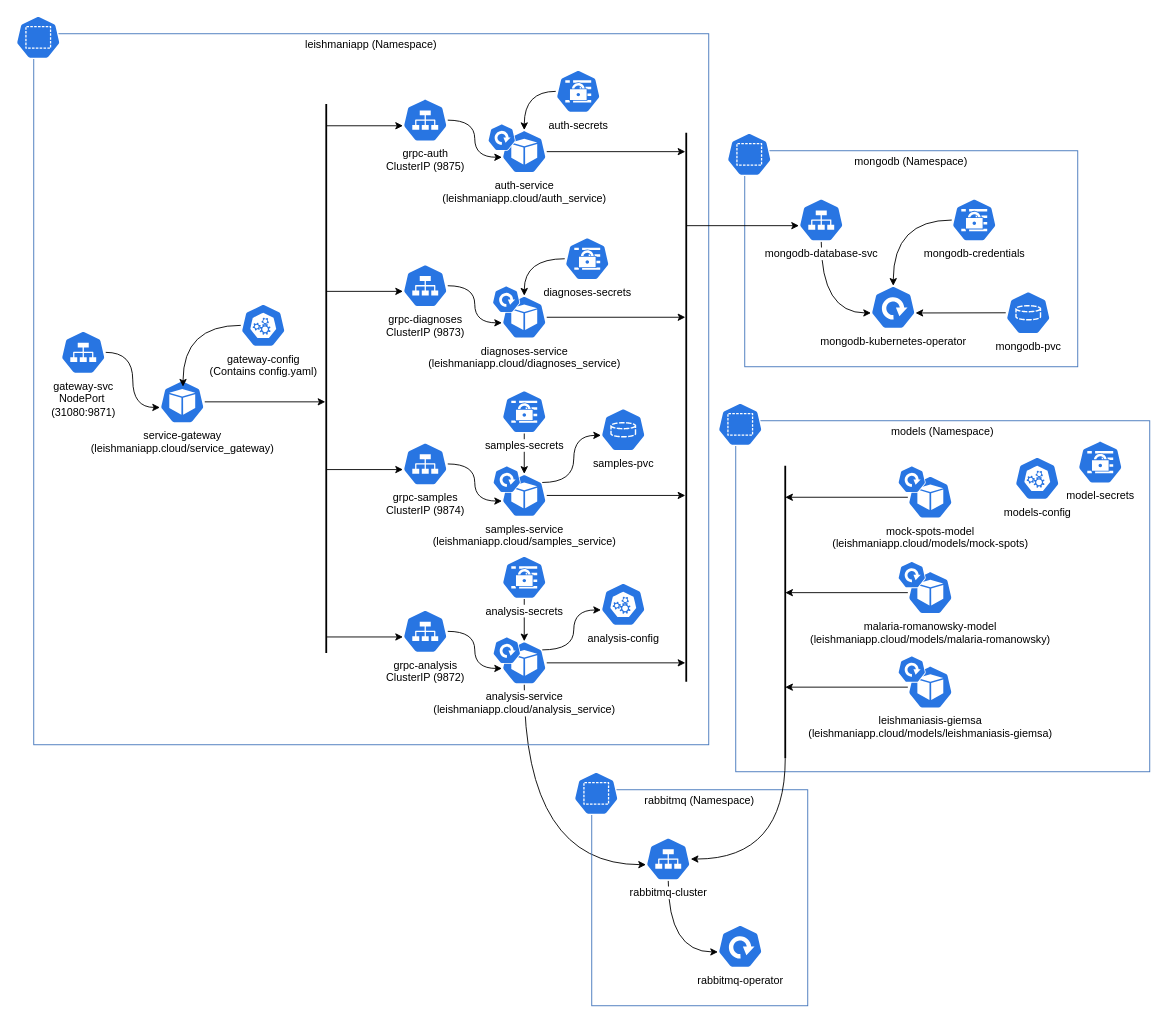
Above: assets/kubernetes.drawio in leishmaniapp/docs (draw.io), before the change. Source tidied: cells renumbered, new cells numbered last; positions are measured from the earlier drawing's top-left corner, leaving out a move shared by most shapes. Both pictures are drawn from the tidied source at 90%, with x=0, y=0 at pixel (15, 15).
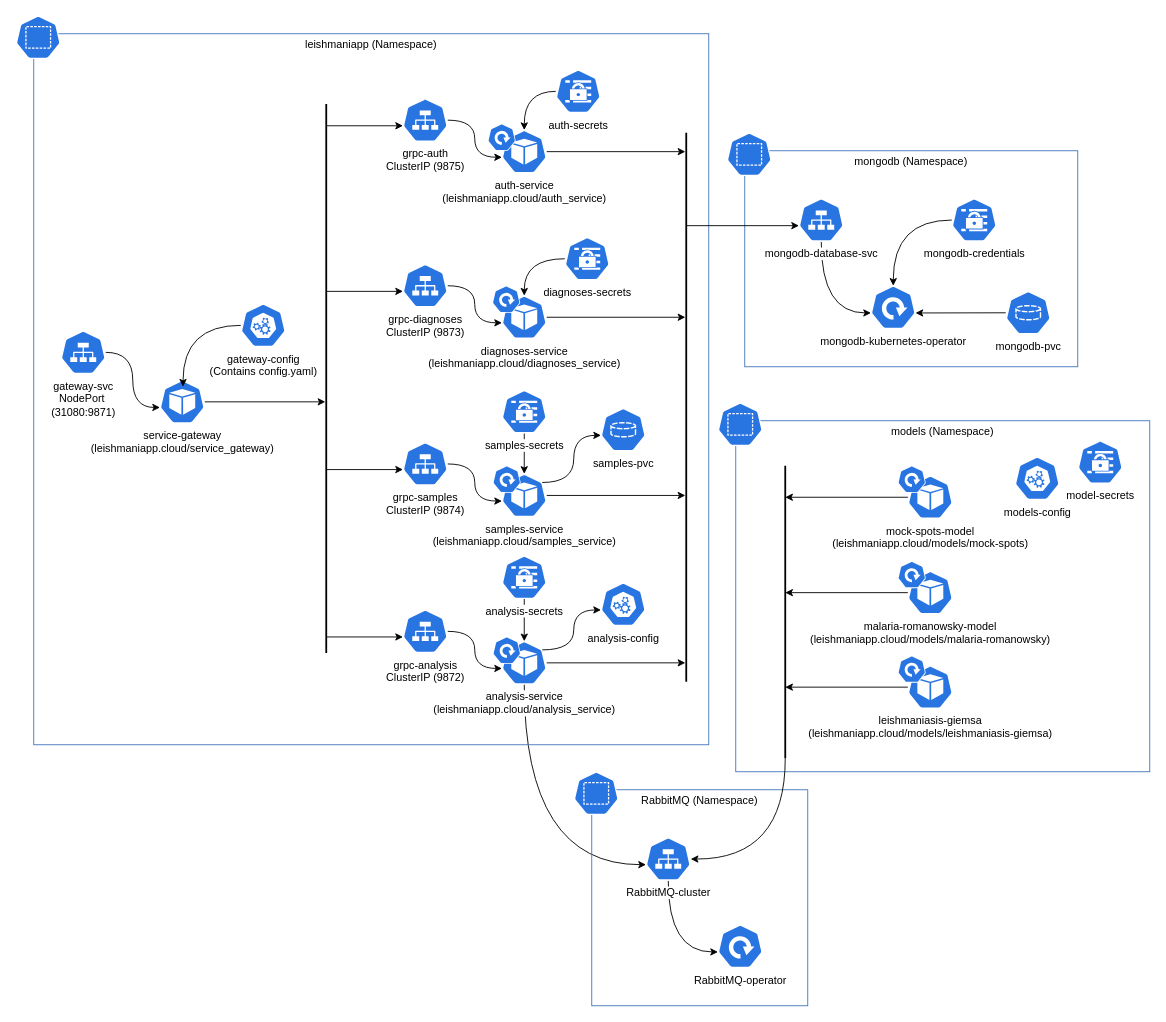
Above is the later version.

Diff of the diagram source:
```diff
@@
-    <mxCell id="64" value="rabbitmq (Namespace)" style="fontStyle=0;verticalAlign=top;align=center;spacingTop=-2;fillColor=none;rounded=0;whiteSpace=wrap;html=1;strokeColor=#4376BB;strokeWidth=1;dashed=0;labelBackgroundColor=default;" parent="1" vertex="1">
+    <mxCell id="64" value="RabbitMQ (Namespace)" style="fontStyle=0;verticalAlign=top;align=center;spacingTop=-2;fillColor=none;rounded=0;whiteSpace=wrap;html=1;strokeColor=#4376BB;strokeWidth=1;dashed=0;labelBackgroundColor=default;" parent="1" vertex="1">
       <mxGeometry x="640" y="860" width="240" height="240" as="geometry" />
     </mxCell>
@@
-    <mxCell id="67" value="rabbitmq-cluster" style="sketch=0;html=1;dashed=0;whitespace=wrap;verticalLabelPosition=bottom;verticalAlign=top;fillColor=#2875E2;strokeColor=#ffffff;points=[[0.005,0.63,0],[0.1,0.2,0],[0.9,0.2,0],[0.5,0,0],[0.995,0.63,0],[0.72,0.99,0],[0.5,1,0],[0.28,0.99,0]];shape=mxgraph.kubernetes.icon2;prIcon=svc;labelBackgroundColor=default;" parent="64" vertex="1">
+    <mxCell id="67" value="RabbitMQ-cluster" style="sketch=0;html=1;dashed=0;whitespace=wrap;verticalLabelPosition=bottom;verticalAlign=top;fillColor=#2875E2;strokeColor=#ffffff;points=[[0.005,0.63,0],[0.1,0.2,0],[0.9,0.2,0],[0.5,0,0],[0.995,0.63,0],[0.72,0.99,0],[0.5,1,0],[0.28,0.99,0]];shape=mxgraph.kubernetes.icon2;prIcon=svc;labelBackgroundColor=default;" parent="64" vertex="1">
       <mxGeometry x="60" y="53" width="50" height="48" as="geometry" />
     </mxCell>
-    <mxCell id="68" value="rabbitmq-operator" style="sketch=0;html=1;dashed=0;whitespace=wrap;verticalLabelPosition=bottom;verticalAlign=top;fillColor=#2875E2;strokeColor=#ffffff;points=[[0.005,0.63,0],[0.1,0.2,0],[0.9,0.2,0],[0.5,0,0],[0.995,0.63,0],[0.72,0.99,0],[0.5,1,0],[0.28,0.99,0]];shape=mxgraph.kubernetes.icon2;prIcon=deploy;" parent="64" vertex="1">
+    <mxCell id="68" value="RabbitMQ-operator" style="sketch=0;html=1;dashed=0;whitespace=wrap;verticalLabelPosition=bottom;verticalAlign=top;fillColor=#2875E2;strokeColor=#ffffff;points=[[0.005,0.63,0],[0.1,0.2,0],[0.9,0.2,0],[0.5,0,0],[0.995,0.63,0],[0.72,0.99,0],[0.5,1,0],[0.28,0.99,0]];shape=mxgraph.kubernetes.icon2;prIcon=deploy;" parent="64" vertex="1">
       <mxGeometry x="140" y="150" width="50" height="48" as="geometry" />
     </mxCell>
```
